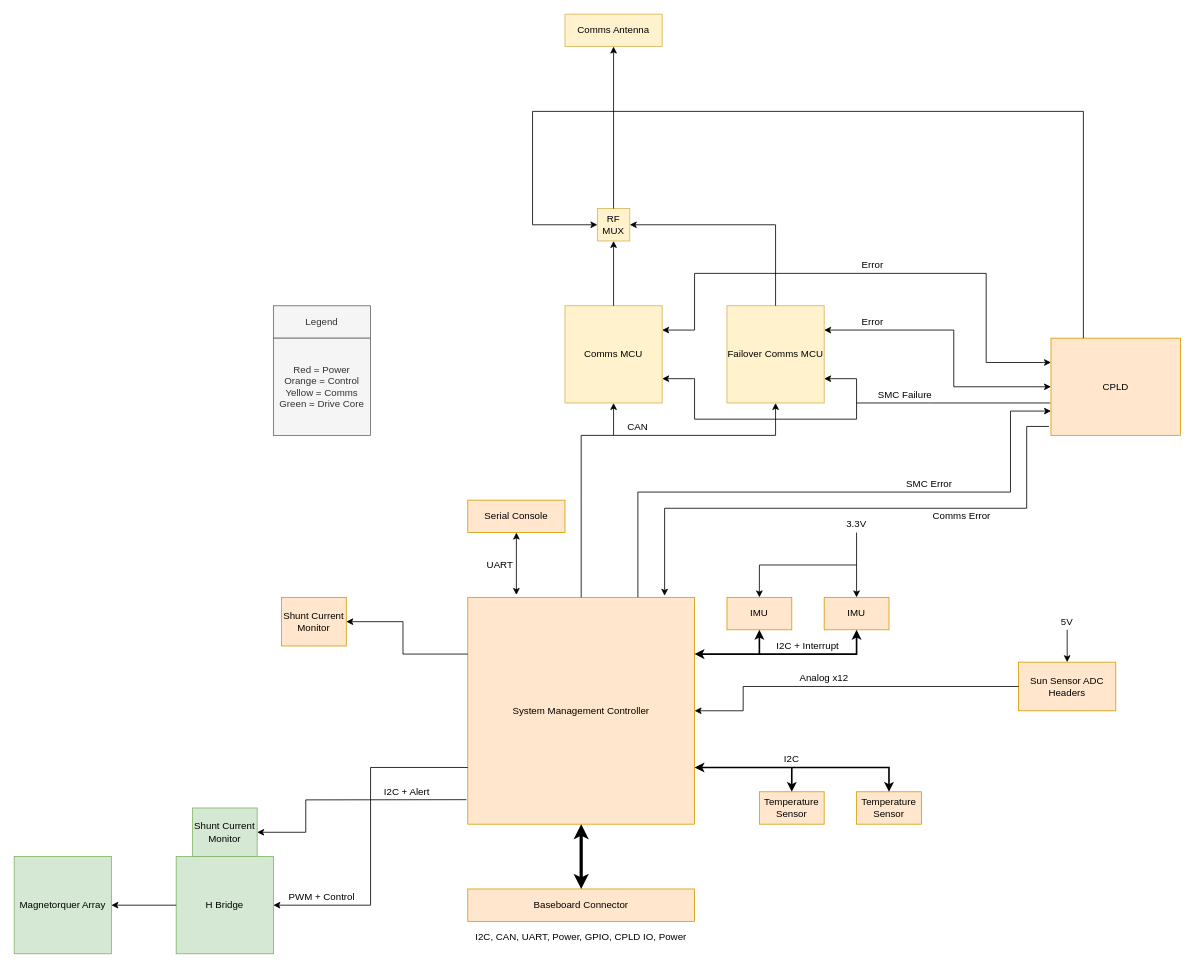
UCI-CubeSat/UCICS-SMC.v2 keeps this draw.io diagram as ADCS.drawio. Above is the earlier version. Source tidied: cells renumbered, new cells numbered last; positions are measured from the earlier drawing's top-left corner, leaving out a move shared by most shapes. Both pictures are drawn from the tidied source at 81%, with x=0, y=0 at pixel (14, 14).
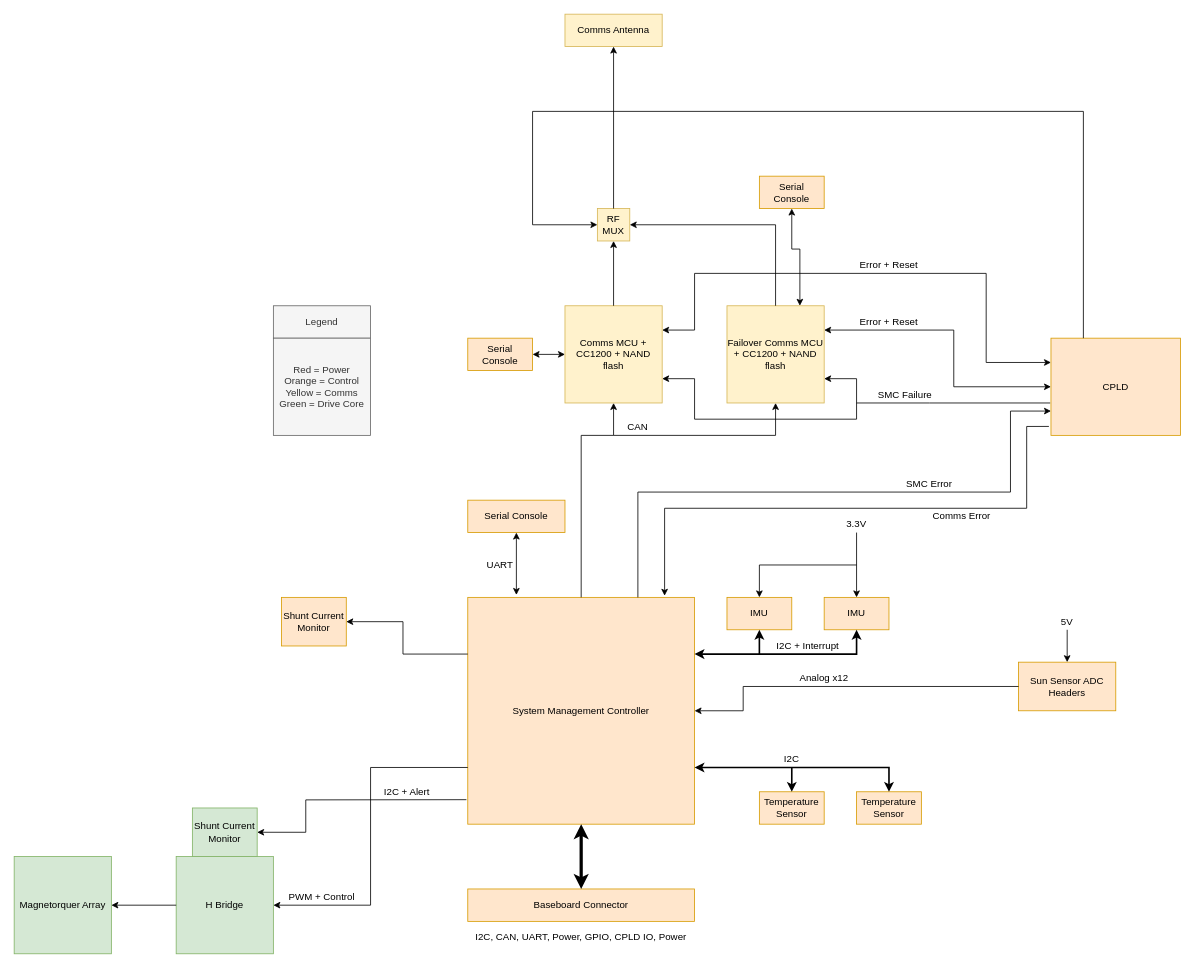
After the change.

The edit, as a diff of the source:
```diff
@@
-    <mxCell id="8" value="Comms MCU" style="rounded=0;whiteSpace=wrap;html=1;fillColor=#fff2cc;strokeColor=#d6b656;" parent="1" vertex="1">
+    <mxCell id="8" value="Comms MCU + CC1200 + NAND flash" style="rounded=0;whiteSpace=wrap;html=1;fillColor=#fff2cc;strokeColor=#d6b656;" parent="1" vertex="1">
       <mxGeometry x="680" y="360" width="120" height="120" as="geometry" />
     </mxCell>
-    <mxCell id="9" value="Failover Comms MCU" style="rounded=0;whiteSpace=wrap;html=1;fillColor=#fff2cc;strokeColor=#d6b656;" parent="1" vertex="1">
+    <mxCell id="9" value="Failover Comms MCU + CC1200 + NAND flash" style="rounded=0;whiteSpace=wrap;html=1;fillColor=#fff2cc;strokeColor=#d6b656;" parent="1" vertex="1">
       <mxGeometry x="880" y="360" width="120" height="120" as="geometry" />
     </mxCell>
@@
-    <mxCell id="55" value="Error" style="text;html=1;strokeColor=none;fillColor=none;align=center;verticalAlign=middle;whiteSpace=wrap;rounded=0;" parent="1" vertex="1">
-      <mxGeometry x="1040" y="300" width="40" height="20" as="geometry" />
+    <mxCell id="55" value="Error + Reset" style="text;html=1;strokeColor=none;fillColor=none;align=center;verticalAlign=middle;whiteSpace=wrap;rounded=0;" parent="1" vertex="1">
+      <mxGeometry x="1040" y="300" width="80" height="20" as="geometry" />
     </mxCell>
-    <mxCell id="56" value="Error" style="text;html=1;strokeColor=none;fillColor=none;align=center;verticalAlign=middle;whiteSpace=wrap;rounded=0;" parent="1" vertex="1">
-      <mxGeometry x="1040" y="370" width="40" height="20" as="geometry" />
+    <mxCell id="56" value="Error + Reset" style="text;html=1;strokeColor=none;fillColor=none;align=center;verticalAlign=middle;whiteSpace=wrap;rounded=0;" parent="1" vertex="1">
+      <mxGeometry x="1040" y="370" width="80" height="20" as="geometry" />
     </mxCell>
@@
+    <mxCell id="62" value="Serial Console" style="rounded=0;whiteSpace=wrap;html=1;fillColor=#ffe6cc;strokeColor=#d79b00;" parent="1" vertex="1">
+      <mxGeometry x="560" y="400" width="80" height="40" as="geometry" />
+    </mxCell>
+    <mxCell id="63" value="Serial Console" style="rounded=0;whiteSpace=wrap;html=1;fillColor=#ffe6cc;strokeColor=#d79b00;" parent="1" vertex="1">
+      <mxGeometry x="920" y="200" width="80" height="40" as="geometry" />
+    </mxCell>
+    <mxCell id="64" style="endArrow=classic;startArrow=classic;html=1;entryX=0.5;entryY=1;entryDx=0;entryDy=0;exitX=0.75;exitY=0;exitDx=0;exitDy=0;rounded=0;" parent="1" edge="1" source="9" target="63">
+      <mxGeometry relative="1" as="geometry">
+        <Array as="points">
+          <mxPoint x="970" y="290" />
+          <mxPoint x="960" y="290" />
+        </Array>
+      </mxGeometry>
+    </mxCell>
+    <mxCell id="65" style="endArrow=classic;startArrow=classic;html=1;entryX=1;entryY=0.5;entryDx=0;entryDy=0;exitX=0;exitY=0.5;exitDx=0;exitDy=0;" parent="1" edge="1" source="8" target="62">
+      <mxGeometry relative="1" as="geometry" />
+    </mxCell>
```
